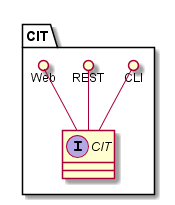
This is docs/Solution/Trust-Manager/Logical.png from CAADE/CloudLet, a PlantUML export, as it was before one commit.
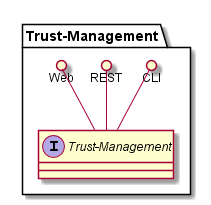
After the commit.

Change to the diagram source:
```diff
@@ -1,12 +1,12 @@
 @startuml
 
-package "CIT" {
-    interface "CIT" {
+package "Trust-Management" {
+    interface "Trust-Management" {
 
     }
-    CLI ()-- "CIT"
-    REST ()-- "CIT"
-    Web ()-- "CIT"
+    CLI ()-- "Trust-Management"
+    REST ()-- "Trust-Management"
+    Web ()-- "Trust-Management"
 
 }
 
```
